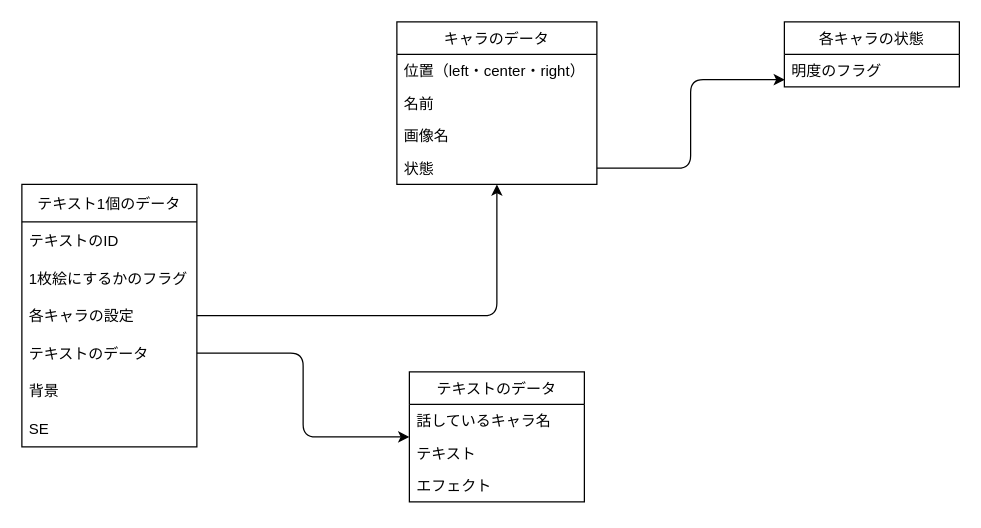
illionillion/RagnarokApples keeps this draw.io diagram as page "テキスト1個分のデータ構造" (1 of 2) of test.dio. Above is the earlier version. Source tidied: cells renumbered, new cells numbered last; positions are measured from the earlier drawing's top-left corner, leaving out a move shared by most shapes. Both pictures are drawn from the tidied source at 125%, with x=0, y=0 at pixel (21, 21).
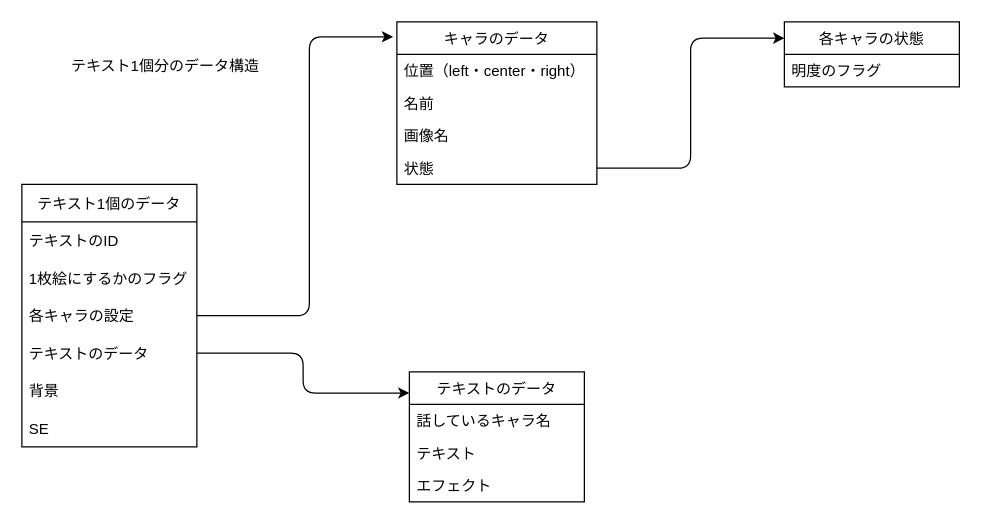
After the change.

The change refers to these unchanged cells:
```xml
<mxCell id="5" value="各キャラの設定" style="text;strokeColor=none;fillColor=none;align=left;verticalAlign=middle;spacingLeft=4;spacingRight=4;overflow=hidden;points=[[0,0.5],[1,0.5]];portConstraint=eastwest;" parent="2" vertex="1">
  <mxGeometry y="90" width="140" height="30" as="geometry" />
</mxCell>
<mxCell id="6" value="テキストのデータ" style="text;strokeColor=none;fillColor=none;align=left;verticalAlign=middle;spacingLeft=4;spacingRight=4;overflow=hidden;points=[[0,0.5],[1,0.5]];portConstraint=eastwest;" parent="2" vertex="1">
  <mxGeometry y="120" width="140" height="30" as="geometry" />
</mxCell>
<mxCell id="9" value="キャラのデータ" style="swimlane;fontStyle=0;horizontal=1;startSize=26;fillColor=none;" parent="1" vertex="1">
  <mxGeometry x="300" width="160" height="130" as="geometry" />
</mxCell>
<mxCell id="13" value="状態&#10;" style="text;strokeColor=none;fillColor=none;align=left;verticalAlign=top;spacingLeft=4;spacingRight=4;overflow=hidden;points=[[0,0.5],[1,0.5]];portConstraint=eastwest;" parent="9" vertex="1">
  <mxGeometry y="104" width="160" height="26" as="geometry" />
</mxCell>
<mxCell id="15" value="各キャラの状態" style="swimlane;fontStyle=0;horizontal=1;startSize=26;fillColor=none;" parent="1" vertex="1">
  <mxGeometry x="610" width="140" height="52" as="geometry" />
</mxCell>
<mxCell id="16" value="明度のフラグ" style="text;strokeColor=none;fillColor=none;align=left;verticalAlign=top;spacingLeft=4;spacingRight=4;overflow=hidden;points=[[0,0.5],[1,0.5]];portConstraint=eastwest;" parent="15" vertex="1">
  <mxGeometry y="26" width="140" height="26" as="geometry" />
</mxCell>
<mxCell id="18" value="テキストのデータ" style="swimlane;fontStyle=0;horizontal=1;startSize=26;fillColor=none;" parent="1" vertex="1">
  <mxGeometry x="310" y="280" width="140" height="104" as="geometry" />
</mxCell>
```

The edit, as a diff of the source:
```diff
@@
-    <mxCell id="14" style="edgeStyle=orthogonalEdgeStyle;html=1;exitX=1;exitY=0.5;exitDx=0;exitDy=0;" parent="1" edge="1" source="5" target="9">
-      <mxGeometry relative="1" as="geometry" />
+    <mxCell id="14" style="edgeStyle=orthogonalEdgeStyle;html=1;exitX=1;exitY=0.5;exitDx=0;exitDy=0;entryX=-0.019;entryY=0.092;entryDx=0;entryDy=0;entryPerimeter=0;" parent="1" edge="1" source="5" target="9">
+      <mxGeometry relative="1" as="geometry">
+        <Array as="points">
+          <mxPoint x="230" y="235" />
+          <mxPoint x="230" y="12" />
+        </Array>
+      </mxGeometry>
     </mxCell>
@@
-    <mxCell id="17" style="edgeStyle=orthogonalEdgeStyle;html=1;exitX=1;exitY=0.5;exitDx=0;exitDy=0;entryX=0.003;entryY=0.777;entryDx=0;entryDy=0;entryPerimeter=0;" parent="1" edge="1" source="13" target="16">
+    <mxCell id="17" style="edgeStyle=orthogonalEdgeStyle;html=1;exitX=1;exitY=0.5;exitDx=0;exitDy=0;entryX=0;entryY=0.25;entryDx=0;entryDy=0;" parent="1" edge="1" source="13" target="15">
       <mxGeometry relative="1" as="geometry" />
     </mxCell>
@@
+    <mxCell id="23" value="テキスト1個分のデータ構造" style="text;html=1;strokeColor=none;fillColor=none;align=center;verticalAlign=middle;whiteSpace=wrap;rounded=0;" parent="1" vertex="1">
+      <mxGeometry x="10" y="11" width="210" height="49" as="geometry" />
+    </mxCell>
-    <mxCell id="22" style="edgeStyle=orthogonalEdgeStyle;html=1;exitX=1;exitY=0.5;exitDx=0;exitDy=0;" parent="1" edge="1" source="6" target="18">
+    <mxCell id="22" style="edgeStyle=orthogonalEdgeStyle;html=1;exitX=1;exitY=0.5;exitDx=0;exitDy=0;entryX=0;entryY=0.163;entryDx=0;entryDy=0;entryPerimeter=0;" parent="1" edge="1" source="6" target="18">
       <mxGeometry relative="1" as="geometry" />
     </mxCell>
```
